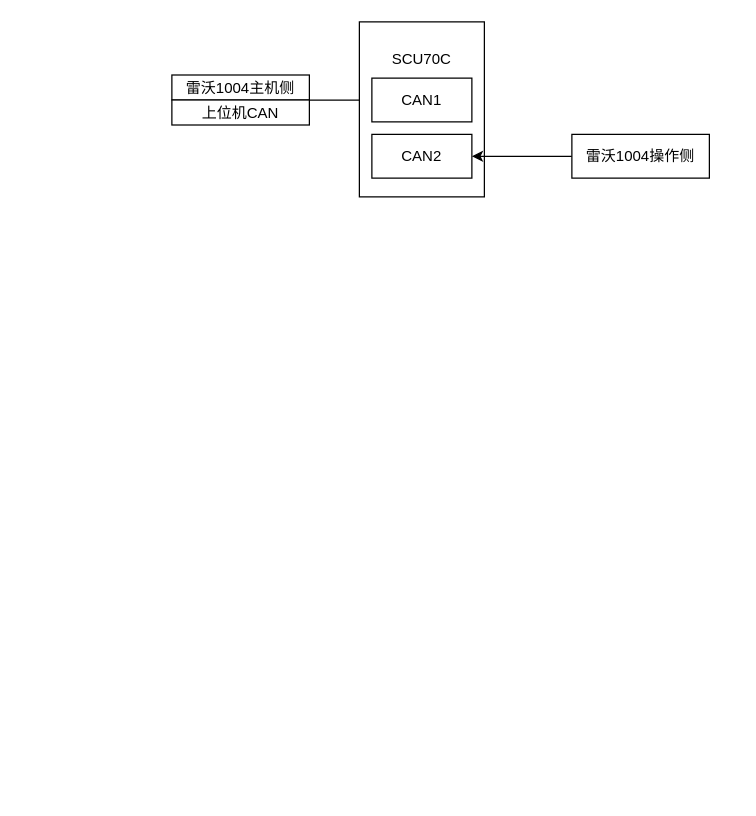
Before: LVOVO1004.drawio in Hanye1108/drawio, a draw.io diagram. Source tidied: cells renumbered, new cells numbered last; positions are measured from the earlier drawing's top-left corner, leaving out a move shared by most shapes. Both pictures are drawn from the tidied source at 125%, with x=0, y=0 at pixel (171, 21). Pictures stored in the file or linked from it are replaced by grey dashed boxes.
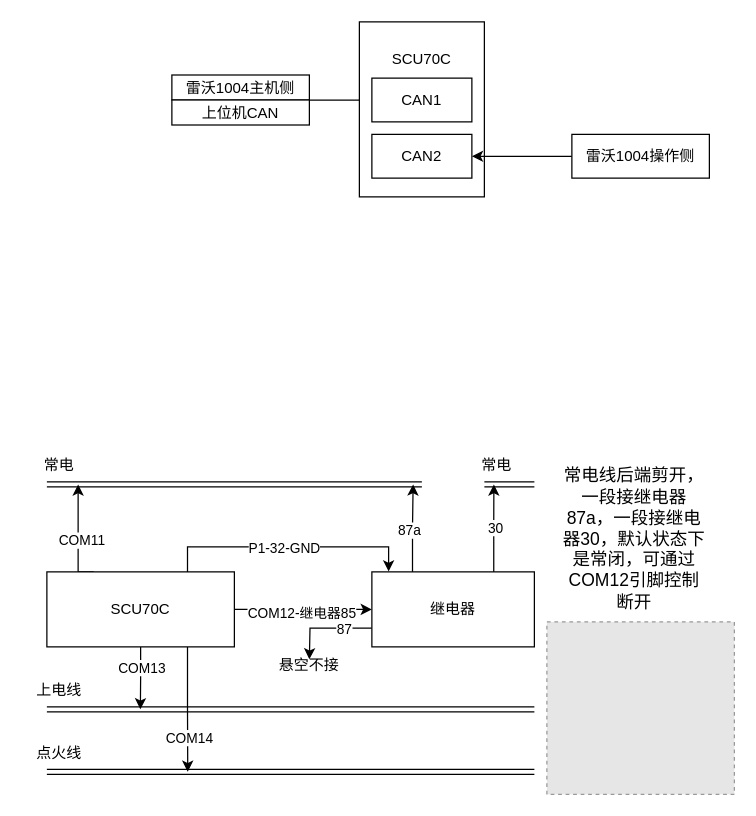
The same diagram, later.

The edit, as a diff of the source:
```diff
@@
+    <mxCell id="11" style="shape=link;html=1;rounded=0;" parent="1" edge="1">
+      <mxGeometry relative="1" as="geometry">
+        <mxPoint x="-100" y="370" as="sourcePoint" />
+        <mxPoint x="200" y="370" as="targetPoint" />
+      </mxGeometry>
+    </mxCell>
+    <mxCell id="12" value="常电" style="text;html=1;align=center;verticalAlign=middle;whiteSpace=wrap;rounded=0;" parent="1" vertex="1">
+      <mxGeometry x="-120" y="340" width="60" height="30" as="geometry" />
+    </mxCell>
+    <mxCell id="13" style="edgeStyle=orthogonalEdgeStyle;rounded=0;jettySize=auto;html=1;exitX=0.25;exitY=0;exitDx=0;exitDy=0;entryX=0.75;entryY=1;entryDx=0;entryDy=0;" parent="1" edge="1" source="21" target="12">
+      <mxGeometry relative="1" as="geometry">
+        <Array as="points">
+          <mxPoint x="-75" y="440" />
+        </Array>
+      </mxGeometry>
+    </mxCell>
+    <mxCell id="14" value="COM11" style="edgeLabel;html=1;align=center;verticalAlign=middle;" parent="13" vertex="1">
+      <mxGeometry x="-0.07" y="-2" relative="1" as="geometry" />
+    </mxCell>
+    <mxCell id="15" style="edgeStyle=orthogonalEdgeStyle;rounded=0;jettySize=auto;html=1;exitX=1;exitY=0.5;exitDx=0;exitDy=0;entryX=0;entryY=0.5;entryDx=0;entryDy=0;" parent="1" edge="1" source="21" target="28">
+      <mxGeometry relative="1" as="geometry" />
+    </mxCell>
+    <mxCell id="16" value="COM12-继电器85" style="edgeLabel;html=1;align=center;verticalAlign=middle;" parent="15" vertex="1">
+      <mxGeometry x="-0.04" y="-2" relative="1" as="geometry" />
+    </mxCell>
+    <mxCell id="17" style="edgeStyle=orthogonalEdgeStyle;rounded=0;jettySize=auto;html=1;exitX=0.5;exitY=1;exitDx=0;exitDy=0;" parent="1" edge="1" source="21">
+      <mxGeometry relative="1" as="geometry">
+        <mxPoint x="-25.2" y="550" as="targetPoint" />
+      </mxGeometry>
+    </mxCell>
+    <mxCell id="18" value="COM13" style="edgeLabel;html=1;align=center;verticalAlign=middle;" parent="17" vertex="1">
+      <mxGeometry x="-0.36" relative="1" as="geometry" />
+    </mxCell>
+    <mxCell id="19" style="edgeStyle=orthogonalEdgeStyle;rounded=0;jettySize=auto;html=1;exitX=0.75;exitY=1;exitDx=0;exitDy=0;" parent="1" edge="1" source="21">
+      <mxGeometry relative="1" as="geometry">
+        <mxPoint x="12.7" y="600" as="targetPoint" />
+      </mxGeometry>
+    </mxCell>
+    <mxCell id="20" value="COM14" style="edgeLabel;html=1;align=center;verticalAlign=middle;" parent="19" vertex="1">
+      <mxGeometry x="0.44" y="1" relative="1" as="geometry" />
+    </mxCell>
+    <mxCell id="21" value="SCU70C" style="rounded=0;whiteSpace=wrap;html=1;" parent="1" vertex="1">
+      <mxGeometry x="-100" y="440" width="150" height="60" as="geometry" />
+    </mxCell>
+    <mxCell id="22" style="edgeStyle=orthogonalEdgeStyle;rounded=0;jettySize=auto;html=1;exitX=0.25;exitY=0;exitDx=0;exitDy=0;" parent="1" edge="1" source="28">
+      <mxGeometry relative="1" as="geometry">
+        <mxPoint x="193" y="370" as="targetPoint" />
+        <Array as="points">
+          <mxPoint x="193" y="405" />
+          <mxPoint x="193" y="370" />
+        </Array>
+      </mxGeometry>
+    </mxCell>
+    <mxCell id="23" value="87a" style="edgeLabel;html=1;align=center;verticalAlign=middle;" parent="22" vertex="1">
+      <mxGeometry x="-0.01" y="-2" relative="1" as="geometry">
+        <mxPoint x="-5" y="1" as="offset" />
+      </mxGeometry>
+    </mxCell>
+    <mxCell id="24" style="edgeStyle=orthogonalEdgeStyle;rounded=0;jettySize=auto;html=1;exitX=0.75;exitY=0;exitDx=0;exitDy=0;" parent="1" edge="1" source="28">
+      <mxGeometry relative="1" as="geometry">
+        <mxPoint x="257.6" y="370" as="targetPoint" />
+        <Array as="points">
+          <mxPoint x="258" y="400" />
+          <mxPoint x="258" y="400" />
+        </Array>
+      </mxGeometry>
+    </mxCell>
+    <mxCell id="25" value="30" style="edgeLabel;html=1;align=center;verticalAlign=middle;" parent="24" vertex="1">
+      <mxGeometry x="0.04" y="-1" relative="1" as="geometry" />
+    </mxCell>
+    <mxCell id="26" style="edgeStyle=orthogonalEdgeStyle;rounded=0;jettySize=auto;html=1;exitX=0;exitY=0.75;exitDx=0;exitDy=0;" parent="1" edge="1" source="28">
+      <mxGeometry relative="1" as="geometry">
+        <mxPoint x="110" y="510" as="targetPoint" />
+      </mxGeometry>
+    </mxCell>
+    <mxCell id="27" value="87" style="edgeLabel;html=1;align=center;verticalAlign=middle;" parent="26" vertex="1">
+      <mxGeometry x="-0.38" relative="1" as="geometry" />
+    </mxCell>
+    <mxCell id="28" value="继电器" style="rounded=0;whiteSpace=wrap;html=1;" parent="1" vertex="1">
+      <mxGeometry x="160" y="440" width="130" height="60" as="geometry" />
+    </mxCell>
+    <mxCell id="29" style="shape=link;html=1;rounded=0;" parent="1" edge="1">
+      <mxGeometry relative="1" as="geometry">
+        <mxPoint x="-100" y="550" as="sourcePoint" />
+        <mxPoint x="290" y="550" as="targetPoint" />
+      </mxGeometry>
+    </mxCell>
+    <mxCell id="30" value="上电线" style="text;html=1;align=center;verticalAlign=middle;whiteSpace=wrap;rounded=0;" parent="1" vertex="1">
+      <mxGeometry x="-120" y="520" width="60" height="30" as="geometry" />
+    </mxCell>
+    <mxCell id="31" style="shape=link;html=1;rounded=0;" parent="1" edge="1">
+      <mxGeometry relative="1" as="geometry">
+        <mxPoint x="-100" y="600" as="sourcePoint" />
+        <mxPoint x="290" y="600" as="targetPoint" />
+      </mxGeometry>
+    </mxCell>
+    <mxCell id="32" value="点火线" style="text;html=1;align=center;verticalAlign=middle;whiteSpace=wrap;rounded=0;" parent="1" vertex="1">
+      <mxGeometry x="-120" y="570" width="60" height="30" as="geometry" />
+    </mxCell>
+    <mxCell id="33" value="悬空不接" style="text;html=1;align=center;verticalAlign=middle;whiteSpace=wrap;rounded=0;" parent="1" vertex="1">
+      <mxGeometry x="80" y="500" width="60" height="30" as="geometry" />
+    </mxCell>
+    <mxCell id="34" value="&lt;font style=&quot;font-size: 14px;&quot;&gt;&lt;br&gt;&lt;/font&gt;&lt;div&gt;&lt;font style=&quot;font-size: 14px;&quot;&gt;常电线后端剪开，一段接继电器87a，一段接继电器30，默认状态下是常闭，可通过COM12引脚控制断开&lt;/font&gt;&lt;/div&gt;" style="text;html=1;align=center;verticalAlign=middle;whiteSpace=wrap;rounded=0;" parent="1" vertex="1">
+      <mxGeometry x="310" y="340" width="120" height="130" as="geometry" />
+    </mxCell>
+    <mxCell id="35" style="fillColor=#E6E6E6;strokeColor=#999999;dashed=1;verticalLabelPosition=bottom;labelBackgroundColor=default;verticalAlign=top;" parent="1" vertex="1">
+      <mxGeometry x="300" y="480" width="150" height="138" as="geometry" />
+    </mxCell>
+    <mxCell id="36" style="shape=link;html=1;rounded=0;" parent="1" edge="1">
+      <mxGeometry relative="1" as="geometry">
+        <mxPoint x="250" y="370" as="sourcePoint" />
+        <mxPoint x="290" y="370" as="targetPoint" />
+      </mxGeometry>
+    </mxCell>
+    <mxCell id="37" value="常电" style="text;html=1;align=center;verticalAlign=middle;whiteSpace=wrap;rounded=0;" parent="1" vertex="1">
+      <mxGeometry x="230" y="340" width="60" height="30" as="geometry" />
+    </mxCell>
+    <mxCell id="38" style="edgeStyle=orthogonalEdgeStyle;rounded=0;jettySize=auto;html=1;exitX=0.75;exitY=0;exitDx=0;exitDy=0;entryX=0.103;entryY=-0.006;entryDx=0;entryDy=0;entryPerimeter=0;" parent="1" edge="1" source="21" target="28">
+      <mxGeometry relative="1" as="geometry" />
+    </mxCell>
+    <mxCell id="39" value="P1-32-GND" style="edgeLabel;html=1;align=center;verticalAlign=middle;" parent="38" vertex="1">
+      <mxGeometry x="-0.03" relative="1" as="geometry" />
+    </mxCell>
```
